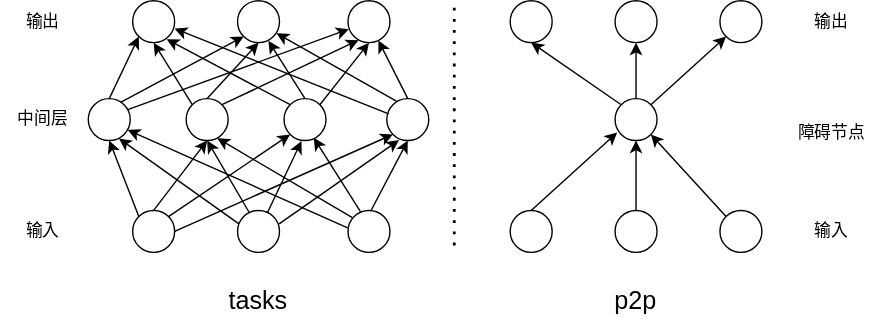
This is img/ch-dask-dataframe/shuffle-tasks-p2p.svg from godaai/scale-py-zh, a draw.io export, as it was before one commit. Source tidied: cells renumbered, new cells last; positions are measured from the earlier drawing's top-left corner, leaving out a move shared by most shapes. Its diagram source:
```xml
<mxGraphModel>
  <root>
    <mxCell id="0" />
    <mxCell id="1" parent="0" />
    <mxCell id="2" style="ellipse;whiteSpace=wrap;html=1;" parent="1" vertex="1">
      <mxGeometry x="94" width="30" height="30" as="geometry" />
    </mxCell>
    <mxCell id="3" style="ellipse;whiteSpace=wrap;html=1;" parent="1" vertex="1">
      <mxGeometry x="169" width="30" height="30" as="geometry" />
    </mxCell>
    <mxCell id="4" style="ellipse;whiteSpace=wrap;html=1;" parent="1" vertex="1">
      <mxGeometry x="248" width="30" height="30" as="geometry" />
    </mxCell>
    <mxCell id="5" style="ellipse;whiteSpace=wrap;html=1;" parent="1" vertex="1">
      <mxGeometry x="62.2" y="70" width="30" height="30" as="geometry" />
    </mxCell>
    <mxCell id="6" style="ellipse;whiteSpace=wrap;html=1;" parent="1" vertex="1">
      <mxGeometry x="132.2" y="70" width="30" height="30" as="geometry" />
    </mxCell>
    <mxCell id="7" style="ellipse;whiteSpace=wrap;html=1;" parent="1" vertex="1">
      <mxGeometry x="202.2" y="70" width="30" height="30" as="geometry" />
    </mxCell>
    <mxCell id="8" style="ellipse;whiteSpace=wrap;html=1;" parent="1" vertex="1">
      <mxGeometry x="275.8" y="70" width="30" height="30" as="geometry" />
    </mxCell>
    <mxCell id="9" style="ellipse;whiteSpace=wrap;html=1;" parent="1" vertex="1">
      <mxGeometry x="94" y="150" width="30" height="30" as="geometry" />
    </mxCell>
    <mxCell id="10" style="ellipse;whiteSpace=wrap;html=1;" parent="1" vertex="1">
      <mxGeometry x="169" y="150" width="30" height="30" as="geometry" />
    </mxCell>
    <mxCell id="11" style="ellipse;whiteSpace=wrap;html=1;" parent="1" vertex="1">
      <mxGeometry x="248" y="150" width="30" height="30" as="geometry" />
    </mxCell>
    <mxCell id="12" style="endArrow=classic;html=1;rounded=0;exitX=0;exitY=0;exitDx=0;exitDy=0;entryX=0.5;entryY=1;entryDx=0;entryDy=0;" parent="1" edge="1" source="9" target="5">
      <mxGeometry relative="1" as="geometry" />
    </mxCell>
    <mxCell id="13" style="endArrow=classic;html=1;rounded=0;exitX=0.5;exitY=0;exitDx=0;exitDy=0;entryX=0.5;entryY=1;entryDx=0;entryDy=0;" parent="1" edge="1" source="9" target="6">
      <mxGeometry relative="1" as="geometry" />
    </mxCell>
    <mxCell id="14" style="endArrow=classic;html=1;rounded=0;exitX=1;exitY=0;exitDx=0;exitDy=0;entryX=0;entryY=1;entryDx=0;entryDy=0;" parent="1" edge="1" source="9" target="7">
      <mxGeometry relative="1" as="geometry" />
    </mxCell>
    <mxCell id="15" style="endArrow=classic;html=1;rounded=0;exitX=1;exitY=0.5;exitDx=0;exitDy=0;entryX=0;entryY=1;entryDx=0;entryDy=0;" parent="1" edge="1" source="9" target="8">
      <mxGeometry relative="1" as="geometry" />
    </mxCell>
    <mxCell id="16" style="endArrow=classic;html=1;rounded=0;exitX=0.033;exitY=0.321;exitDx=0;exitDy=0;exitPerimeter=0;entryX=0.73;entryY=0.951;entryDx=0;entryDy=0;entryPerimeter=0;" parent="1" edge="1" source="10" target="5">
      <mxGeometry relative="1" as="geometry" />
    </mxCell>
    <mxCell id="17" style="endArrow=classic;html=1;rounded=0;entryX=0.5;entryY=1;entryDx=0;entryDy=0;exitX=0.288;exitY=0.067;exitDx=0;exitDy=0;exitPerimeter=0;" parent="1" edge="1" source="10" target="6">
      <mxGeometry relative="1" as="geometry" />
    </mxCell>
    <mxCell id="18" style="endArrow=classic;html=1;rounded=0;entryX=0.416;entryY=1.012;entryDx=0;entryDy=0;exitX=0.712;exitY=0.055;exitDx=0;exitDy=0;exitPerimeter=0;entryPerimeter=0;" parent="1" edge="1" source="10" target="7">
      <mxGeometry relative="1" as="geometry" />
    </mxCell>
    <mxCell id="19" style="endArrow=classic;html=1;rounded=0;entryX=0.293;entryY=0.988;entryDx=0;entryDy=0;exitX=0.991;exitY=0.321;exitDx=0;exitDy=0;exitPerimeter=0;entryPerimeter=0;" parent="1" edge="1" source="10" target="8">
      <mxGeometry relative="1" as="geometry" />
    </mxCell>
    <mxCell id="20" style="endArrow=classic;html=1;rounded=0;entryX=0.5;entryY=1;entryDx=0;entryDy=0;exitX=0.553;exitY=-0.004;exitDx=0;exitDy=0;exitPerimeter=0;" parent="1" edge="1" source="11" target="8">
      <mxGeometry relative="1" as="geometry" />
    </mxCell>
    <mxCell id="21" style="endArrow=classic;html=1;rounded=0;entryX=0.709;entryY=0.937;entryDx=0;entryDy=0;exitX=0.293;exitY=0.025;exitDx=0;exitDy=0;exitPerimeter=0;entryPerimeter=0;" parent="1" edge="1" source="11" target="7">
      <mxGeometry relative="1" as="geometry" />
    </mxCell>
    <mxCell id="22" style="endArrow=classic;html=1;rounded=0;entryX=0.741;entryY=0.944;entryDx=0;entryDy=0;exitX=0.104;exitY=0.172;exitDx=0;exitDy=0;exitPerimeter=0;entryPerimeter=0;" parent="1" edge="1" source="11" target="6">
      <mxGeometry relative="1" as="geometry" />
    </mxCell>
    <mxCell id="23" style="endArrow=classic;html=1;rounded=0;entryX=0.941;entryY=0.747;entryDx=0;entryDy=0;exitX=-0.009;exitY=0.418;exitDx=0;exitDy=0;exitPerimeter=0;entryPerimeter=0;" parent="1" edge="1" source="11" target="5">
      <mxGeometry relative="1" as="geometry" />
    </mxCell>
    <mxCell id="24" style="endArrow=classic;html=1;rounded=0;entryX=0;entryY=1;entryDx=0;entryDy=0;exitX=0.5;exitY=0;exitDx=0;exitDy=0;" parent="1" edge="1" source="5" target="2">
      <mxGeometry relative="1" as="geometry" />
    </mxCell>
    <mxCell id="25" style="endArrow=classic;html=1;rounded=0;entryX=0;entryY=1;entryDx=0;entryDy=0;exitX=0.77;exitY=0.089;exitDx=0;exitDy=0;exitPerimeter=0;" parent="1" edge="1" source="5" target="3">
      <mxGeometry relative="1" as="geometry" />
    </mxCell>
    <mxCell id="26" style="endArrow=classic;html=1;rounded=0;entryX=0.018;entryY=0.678;entryDx=0;entryDy=0;exitX=0.941;exitY=0.262;exitDx=0;exitDy=0;exitPerimeter=0;entryPerimeter=0;" parent="1" edge="1" source="5" target="4">
      <mxGeometry relative="1" as="geometry" />
    </mxCell>
    <mxCell id="27" style="endArrow=classic;html=1;rounded=0;entryX=0.5;entryY=1;entryDx=0;entryDy=0;exitX=0;exitY=0;exitDx=0;exitDy=0;" parent="1" edge="1" source="6" target="2">
      <mxGeometry relative="1" as="geometry" />
    </mxCell>
    <mxCell id="28" style="endArrow=classic;html=1;rounded=0;entryX=0.5;entryY=1;entryDx=0;entryDy=0;exitX=0.5;exitY=0;exitDx=0;exitDy=0;" parent="1" edge="1" source="6" target="3">
      <mxGeometry relative="1" as="geometry" />
    </mxCell>
    <mxCell id="29" style="endArrow=classic;html=1;rounded=0;entryX=0.252;entryY=0.94;entryDx=0;entryDy=0;exitX=1;exitY=0;exitDx=0;exitDy=0;entryPerimeter=0;" parent="1" edge="1" source="6" target="4">
      <mxGeometry relative="1" as="geometry" />
    </mxCell>
    <mxCell id="30" style="endArrow=classic;html=1;rounded=0;exitX=0;exitY=0;exitDx=0;exitDy=0;entryX=0.811;entryY=0.919;entryDx=0;entryDy=0;entryPerimeter=0;" parent="1" edge="1" source="7" target="2">
      <mxGeometry relative="1" as="geometry" />
    </mxCell>
    <mxCell id="31" style="endArrow=classic;html=1;rounded=0;exitX=0.5;exitY=0;exitDx=0;exitDy=0;entryX=0.736;entryY=0.955;entryDx=0;entryDy=0;entryPerimeter=0;" parent="1" edge="1" source="7" target="3">
      <mxGeometry relative="1" as="geometry" />
    </mxCell>
    <mxCell id="32" style="endArrow=classic;html=1;rounded=0;exitX=1;exitY=0;exitDx=0;exitDy=0;entryX=0.5;entryY=1;entryDx=0;entryDy=0;" parent="1" edge="1" source="7" target="4">
      <mxGeometry relative="1" as="geometry" />
    </mxCell>
    <mxCell id="33" style="endArrow=classic;html=1;rounded=0;exitX=0.5;exitY=0;exitDx=0;exitDy=0;" parent="1" edge="1" source="8" target="4">
      <mxGeometry relative="1" as="geometry" />
    </mxCell>
    <mxCell id="34" style="endArrow=classic;html=1;rounded=0;exitX=0.249;exitY=0.075;exitDx=0;exitDy=0;exitPerimeter=0;entryX=0.928;entryY=0.777;entryDx=0;entryDy=0;entryPerimeter=0;" parent="1" edge="1" source="8" target="3">
      <mxGeometry relative="1" as="geometry" />
    </mxCell>
    <mxCell id="35" style="endArrow=classic;html=1;rounded=0;exitX=0.043;exitY=0.366;exitDx=0;exitDy=0;exitPerimeter=0;" parent="1" edge="1" source="8">
      <mxGeometry relative="1" as="geometry">
        <mxPoint x="124" y="20" as="targetPoint" />
      </mxGeometry>
    </mxCell>
    <mxCell id="36" value="输入" style="text;html=1;strokeColor=none;fillColor=none;align=center;verticalAlign=middle;whiteSpace=wrap;rounded=0;" parent="1" vertex="1">
      <mxGeometry y="150" width="60" height="30" as="geometry" />
    </mxCell>
    <mxCell id="37" value="中间层" style="text;html=1;strokeColor=none;fillColor=none;align=center;verticalAlign=middle;whiteSpace=wrap;rounded=0;" parent="1" vertex="1">
      <mxGeometry y="70" width="60" height="30" as="geometry" />
    </mxCell>
    <mxCell id="38" value="输出" style="text;html=1;strokeColor=none;fillColor=none;align=center;verticalAlign=middle;whiteSpace=wrap;rounded=0;" parent="1" vertex="1">
      <mxGeometry width="60" height="30" as="geometry" />
    </mxCell>
    <mxCell id="39" value="&lt;font style=&quot;font-size: 18px;&quot;&gt;tasks&lt;/font&gt;" style="text;html=1;strokeColor=none;fillColor=none;align=center;verticalAlign=middle;whiteSpace=wrap;rounded=0;" parent="1" vertex="1">
      <mxGeometry x="154" y="200" width="60" height="30" as="geometry" />
    </mxCell>
    <mxCell id="40" style="ellipse;whiteSpace=wrap;html=1;" parent="1" vertex="1">
      <mxGeometry x="364" y="150" width="30" height="30" as="geometry" />
    </mxCell>
    <mxCell id="41" style="ellipse;whiteSpace=wrap;html=1;" parent="1" vertex="1">
      <mxGeometry x="439" y="150" width="30" height="30" as="geometry" />
    </mxCell>
    <mxCell id="42" style="ellipse;whiteSpace=wrap;html=1;" parent="1" vertex="1">
      <mxGeometry x="514" y="150" width="30" height="30" as="geometry" />
    </mxCell>
    <mxCell id="43" style="endArrow=none;dashed=1;html=1;dashPattern=1 3;strokeWidth=2;rounded=0;" parent="1" edge="1">
      <mxGeometry relative="1" as="geometry">
        <mxPoint x="324" y="175" as="sourcePoint" />
        <mxPoint x="324" y="5" as="targetPoint" />
      </mxGeometry>
    </mxCell>
    <mxCell id="44" style="ellipse;whiteSpace=wrap;html=1;" parent="1" vertex="1">
      <mxGeometry x="364" width="30" height="30" as="geometry" />
    </mxCell>
    <mxCell id="45" style="ellipse;whiteSpace=wrap;html=1;" parent="1" vertex="1">
      <mxGeometry x="439" width="30" height="30" as="geometry" />
    </mxCell>
    <mxCell id="46" style="ellipse;whiteSpace=wrap;html=1;" parent="1" vertex="1">
      <mxGeometry x="514" width="30" height="30" as="geometry" />
    </mxCell>
    <mxCell id="47" style="ellipse;whiteSpace=wrap;html=1;" parent="1" vertex="1">
      <mxGeometry x="439" y="70" width="30" height="30" as="geometry" />
    </mxCell>
    <mxCell id="48" style="endArrow=classic;html=1;rounded=0;entryX=0.05;entryY=0.808;entryDx=0;entryDy=0;entryPerimeter=0;exitX=0.5;exitY=0;exitDx=0;exitDy=0;" parent="1" edge="1" source="40" target="47">
      <mxGeometry relative="1" as="geometry" />
    </mxCell>
    <mxCell id="49" style="endArrow=classic;html=1;rounded=0;entryX=0.5;entryY=1;entryDx=0;entryDy=0;exitX=0.5;exitY=0;exitDx=0;exitDy=0;" parent="1" edge="1" source="41" target="47">
      <mxGeometry relative="1" as="geometry" />
    </mxCell>
    <mxCell id="50" style="endArrow=classic;html=1;rounded=0;entryX=1;entryY=1;entryDx=0;entryDy=0;exitX=0;exitY=0;exitDx=0;exitDy=0;" parent="1" edge="1" source="42" target="47">
      <mxGeometry relative="1" as="geometry" />
    </mxCell>
    <mxCell id="51" style="endArrow=classic;html=1;rounded=0;entryX=0;entryY=1;entryDx=0;entryDy=0;exitX=1;exitY=0;exitDx=0;exitDy=0;" parent="1" edge="1" source="47" target="46">
      <mxGeometry relative="1" as="geometry" />
    </mxCell>
    <mxCell id="52" style="endArrow=classic;html=1;rounded=0;entryX=0.5;entryY=1;entryDx=0;entryDy=0;exitX=0.5;exitY=0;exitDx=0;exitDy=0;" parent="1" edge="1" source="47" target="45">
      <mxGeometry relative="1" as="geometry" />
    </mxCell>
    <mxCell id="53" style="endArrow=classic;html=1;rounded=0;entryX=0.5;entryY=1;entryDx=0;entryDy=0;exitX=0;exitY=0;exitDx=0;exitDy=0;" parent="1" edge="1" source="47" target="44">
      <mxGeometry relative="1" as="geometry" />
    </mxCell>
    <mxCell id="54" value="&lt;span style=&quot;font-size: 18px;&quot;&gt;p2p&lt;/span&gt;" style="text;html=1;strokeColor=none;fillColor=none;align=center;verticalAlign=middle;whiteSpace=wrap;rounded=0;" parent="1" vertex="1">
      <mxGeometry x="424" y="200" width="60" height="30" as="geometry" />
    </mxCell>
    <mxCell id="55" value="输入" style="text;html=1;strokeColor=none;fillColor=none;align=center;verticalAlign=middle;whiteSpace=wrap;rounded=0;" parent="1" vertex="1">
      <mxGeometry x="564" y="150" width="60" height="30" as="geometry" />
    </mxCell>
    <mxCell id="56" value="障碍节点" style="text;html=1;strokeColor=none;fillColor=none;align=center;verticalAlign=middle;whiteSpace=wrap;rounded=0;" parent="1" vertex="1">
      <mxGeometry x="564" y="80" width="60" height="30" as="geometry" />
    </mxCell>
    <mxCell id="57" value="输出" style="text;html=1;strokeColor=none;fillColor=none;align=center;verticalAlign=middle;whiteSpace=wrap;rounded=0;" parent="1" vertex="1">
      <mxGeometry x="564" width="60" height="30" as="geometry" />
    </mxCell>
  </root>
</mxGraphModel>
```
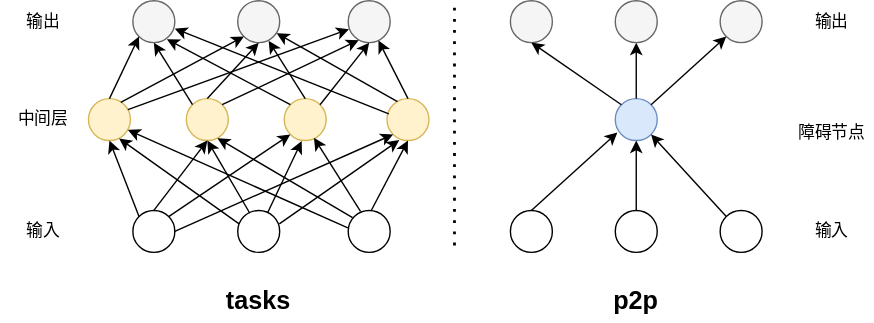
Later version of the same file.

What changed in the source:
```diff
@@ -2,25 +2,25 @@
   <root>
     <mxCell id="0" />
     <mxCell id="1" parent="0" />
-    <mxCell id="2" style="ellipse;whiteSpace=wrap;html=1;" parent="1" vertex="1">
+    <mxCell id="2" style="ellipse;whiteSpace=wrap;html=1;fillColor=#f5f5f5;fontColor=#333333;strokeColor=#666666;" parent="1" vertex="1">
       <mxGeometry x="94" width="30" height="30" as="geometry" />
     </mxCell>
-    <mxCell id="3" style="ellipse;whiteSpace=wrap;html=1;" parent="1" vertex="1">
+    <mxCell id="3" style="ellipse;whiteSpace=wrap;html=1;fillColor=#f5f5f5;fontColor=#333333;strokeColor=#666666;" parent="1" vertex="1">
       <mxGeometry x="169" width="30" height="30" as="geometry" />
     </mxCell>
-    <mxCell id="4" style="ellipse;whiteSpace=wrap;html=1;" parent="1" vertex="1">
+    <mxCell id="4" style="ellipse;whiteSpace=wrap;html=1;fillColor=#f5f5f5;fontColor=#333333;strokeColor=#666666;" parent="1" vertex="1">
       <mxGeometry x="248" width="30" height="30" as="geometry" />
     </mxCell>
-    <mxCell id="5" style="ellipse;whiteSpace=wrap;html=1;" parent="1" vertex="1">
+    <mxCell id="5" style="ellipse;whiteSpace=wrap;html=1;fillColor=#fff2cc;strokeColor=#d6b656;" parent="1" vertex="1">
       <mxGeometry x="62.2" y="70" width="30" height="30" as="geometry" />
     </mxCell>
-    <mxCell id="6" style="ellipse;whiteSpace=wrap;html=1;" parent="1" vertex="1">
+    <mxCell id="6" style="ellipse;whiteSpace=wrap;html=1;fillColor=#fff2cc;strokeColor=#d6b656;" parent="1" vertex="1">
       <mxGeometry x="132.2" y="70" width="30" height="30" as="geometry" />
     </mxCell>
-    <mxCell id="7" style="ellipse;whiteSpace=wrap;html=1;" parent="1" vertex="1">
+    <mxCell id="7" style="ellipse;whiteSpace=wrap;html=1;fillColor=#fff2cc;strokeColor=#d6b656;" parent="1" vertex="1">
       <mxGeometry x="202.2" y="70" width="30" height="30" as="geometry" />
     </mxCell>
-    <mxCell id="8" style="ellipse;whiteSpace=wrap;html=1;" parent="1" vertex="1">
+    <mxCell id="8" style="ellipse;whiteSpace=wrap;html=1;fillColor=#fff2cc;strokeColor=#d6b656;" parent="1" vertex="1">
       <mxGeometry x="275.8" y="70" width="30" height="30" as="geometry" />
     </mxCell>
     <mxCell id="9" style="ellipse;whiteSpace=wrap;html=1;" parent="1" vertex="1">
@@ -115,7 +115,7 @@
     <mxCell id="38" value="输出" style="text;html=1;strokeColor=none;fillColor=none;align=center;verticalAlign=middle;whiteSpace=wrap;rounded=0;" parent="1" vertex="1">
       <mxGeometry width="60" height="30" as="geometry" />
     </mxCell>
-    <mxCell id="39" value="&lt;font style=&quot;font-size: 18px;&quot;&gt;tasks&lt;/font&gt;" style="text;html=1;strokeColor=none;fillColor=none;align=center;verticalAlign=middle;whiteSpace=wrap;rounded=0;" parent="1" vertex="1">
+    <mxCell id="39" value="&lt;font style=&quot;font-size: 18px;&quot;&gt;&lt;b&gt;tasks&lt;/b&gt;&lt;/font&gt;" style="text;html=1;strokeColor=none;fillColor=none;align=center;verticalAlign=middle;whiteSpace=wrap;rounded=0;" parent="1" vertex="1">
       <mxGeometry x="154" y="200" width="60" height="30" as="geometry" />
     </mxCell>
     <mxCell id="40" style="ellipse;whiteSpace=wrap;html=1;" parent="1" vertex="1">
@@ -133,16 +133,16 @@
         <mxPoint x="324" y="5" as="targetPoint" />
       </mxGeometry>
     </mxCell>
-    <mxCell id="44" style="ellipse;whiteSpace=wrap;html=1;" parent="1" vertex="1">
+    <mxCell id="44" style="ellipse;whiteSpace=wrap;html=1;fillColor=#f5f5f5;fontColor=#333333;strokeColor=#666666;" parent="1" vertex="1">
       <mxGeometry x="364" width="30" height="30" as="geometry" />
     </mxCell>
-    <mxCell id="45" style="ellipse;whiteSpace=wrap;html=1;" parent="1" vertex="1">
+    <mxCell id="45" style="ellipse;whiteSpace=wrap;html=1;fillColor=#f5f5f5;fontColor=#333333;strokeColor=#666666;" parent="1" vertex="1">
       <mxGeometry x="439" width="30" height="30" as="geometry" />
     </mxCell>
-    <mxCell id="46" style="ellipse;whiteSpace=wrap;html=1;" parent="1" vertex="1">
+    <mxCell id="46" style="ellipse;whiteSpace=wrap;html=1;fillColor=#f5f5f5;fontColor=#333333;strokeColor=#666666;" parent="1" vertex="1">
       <mxGeometry x="514" width="30" height="30" as="geometry" />
     </mxCell>
-    <mxCell id="47" style="ellipse;whiteSpace=wrap;html=1;" parent="1" vertex="1">
+    <mxCell id="47" style="ellipse;whiteSpace=wrap;html=1;fillColor=#dae8fc;strokeColor=#6c8ebf;" parent="1" vertex="1">
       <mxGeometry x="439" y="70" width="30" height="30" as="geometry" />
     </mxCell>
     <mxCell id="48" style="endArrow=classic;html=1;rounded=0;entryX=0.05;entryY=0.808;entryDx=0;entryDy=0;entryPerimeter=0;exitX=0.5;exitY=0;exitDx=0;exitDy=0;" parent="1" edge="1" source="40" target="47">
@@ -163,7 +163,7 @@
     <mxCell id="53" style="endArrow=classic;html=1;rounded=0;entryX=0.5;entryY=1;entryDx=0;entryDy=0;exitX=0;exitY=0;exitDx=0;exitDy=0;" parent="1" edge="1" source="47" target="44">
       <mxGeometry relative="1" as="geometry" />
     </mxCell>
-    <mxCell id="54" value="&lt;span style=&quot;font-size: 18px;&quot;&gt;p2p&lt;/span&gt;" style="text;html=1;strokeColor=none;fillColor=none;align=center;verticalAlign=middle;whiteSpace=wrap;rounded=0;" parent="1" vertex="1">
+    <mxCell id="54" value="&lt;span style=&quot;font-size: 18px;&quot;&gt;&lt;b&gt;p2p&lt;/b&gt;&lt;/span&gt;" style="text;html=1;strokeColor=none;fillColor=none;align=center;verticalAlign=middle;whiteSpace=wrap;rounded=0;" parent="1" vertex="1">
       <mxGeometry x="424" y="200" width="60" height="30" as="geometry" />
     </mxCell>
     <mxCell id="55" value="输入" style="text;html=1;strokeColor=none;fillColor=none;align=center;verticalAlign=middle;whiteSpace=wrap;rounded=0;" parent="1" vertex="1">
```
